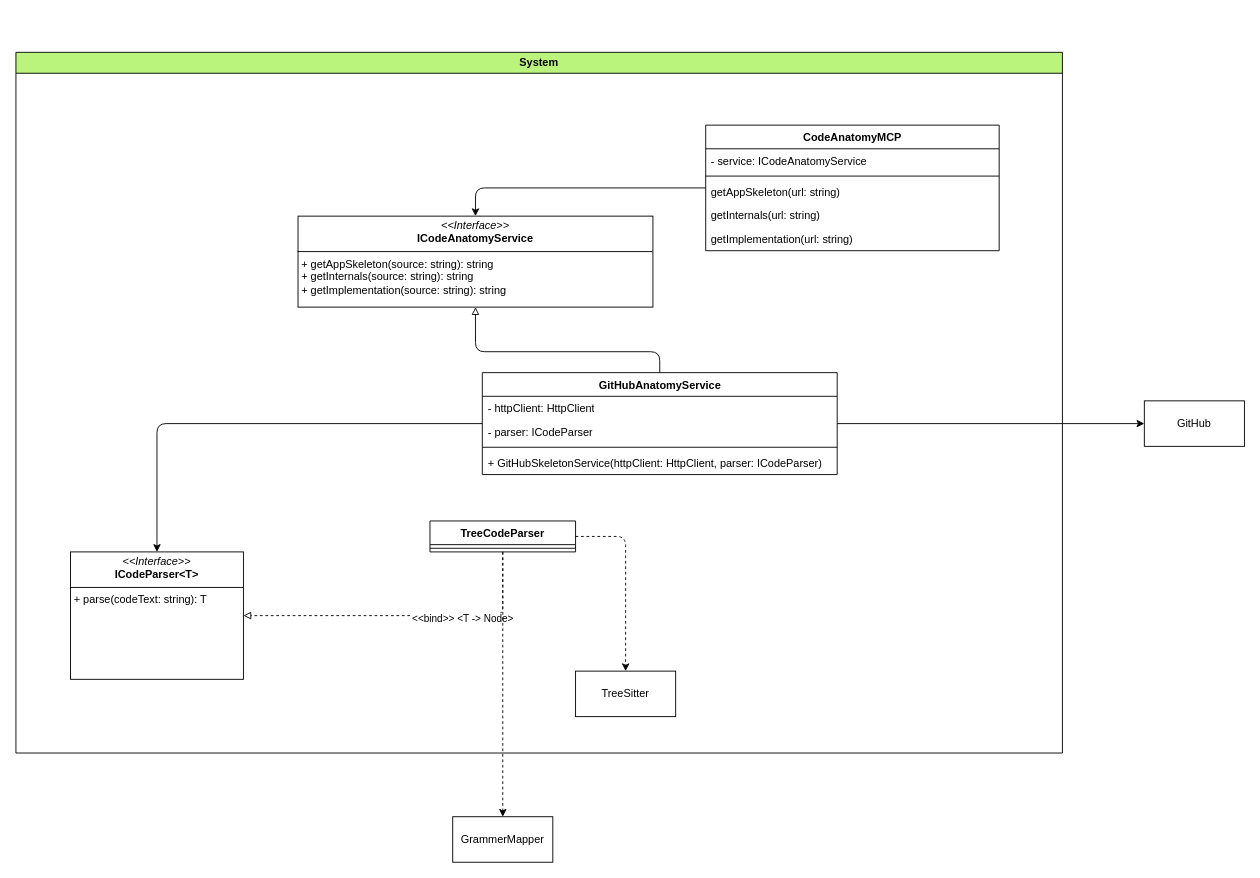
Earlier version of the draw.io diagram Docs/Internal/CodeAnatomy/design.drawio (Wright-u/core-backend). Source tidied: cells renumbered, new cells numbered last; positions are measured from the earlier drawing's top-left corner, leaving out a move shared by most shapes. Both pictures are drawn from the tidied source at 91%, with x=0, y=0 at pixel (15, 52).
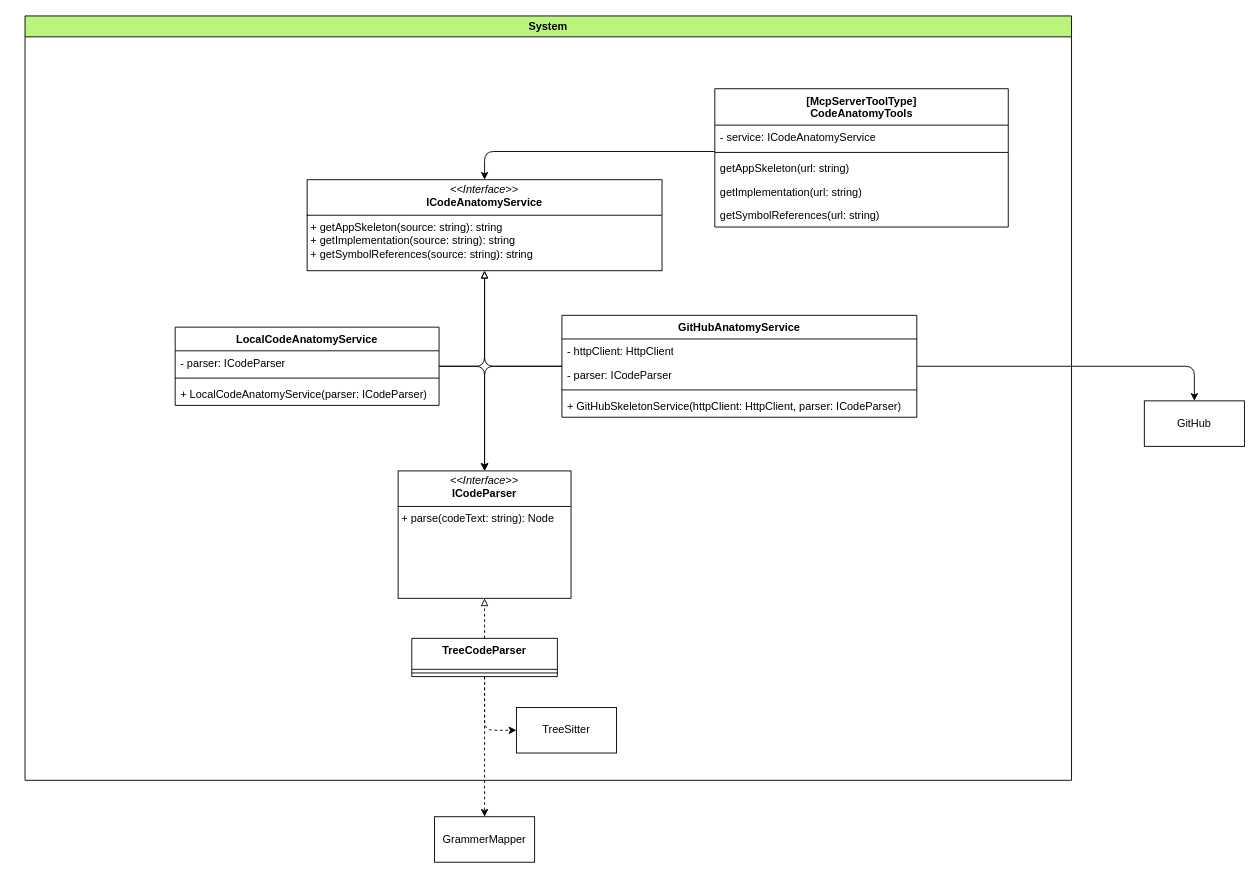
After the change.

Unchanged cells that the change refers to:
```xml
<mxCell id="25" value="GitHub" style="html=1;whiteSpace=wrap;" parent="1" vertex="1">
  <mxGeometry x="1240" y="383" width="110" height="50" as="geometry" />
</mxCell>
```

What changed in the source:
```diff
@@
     <mxCell id="2" value="System" style="swimlane;whiteSpace=wrap;html=1;fillColor=light-dark(#BBF47C,#BBF47C);fontColor=light-dark(#000000,#000000);" parent="1" vertex="1">
-      <mxGeometry width="1150" height="770" as="geometry" />
+      <mxGeometry x="10" y="-40" width="1150" height="840" as="geometry" />
     </mxCell>
-    <mxCell id="3" value="&lt;p style=&quot;margin:0px;margin-top:4px;text-align:center;&quot;&gt;&lt;i&gt;&amp;lt;&amp;lt;Interface&amp;gt;&amp;gt;&lt;/i&gt;&lt;br&gt;&lt;b&gt;ICodeAnatomyService&lt;/b&gt;&lt;/p&gt;&lt;hr size=&quot;1&quot; style=&quot;border-style:solid;&quot;&gt;&lt;p style=&quot;margin:0px;margin-left:4px;&quot;&gt;+ getAppSkeleton(source: string): string&lt;/p&gt;&lt;p style=&quot;margin:0px;margin-left:4px;&quot;&gt;+ getInternals(source: string): string&lt;/p&gt;&lt;p style=&quot;margin:0px;margin-left:4px;&quot;&gt;+ getImplementation(source: string): string&lt;/p&gt;" style="verticalAlign=top;align=left;overflow=fill;html=1;whiteSpace=wrap;" parent="2" vertex="1">
+    <mxCell id="3" value="&lt;p style=&quot;margin:0px;margin-top:4px;text-align:center;&quot;&gt;&lt;i&gt;&amp;lt;&amp;lt;Interface&amp;gt;&amp;gt;&lt;/i&gt;&lt;br&gt;&lt;b&gt;ICodeAnatomyService&lt;/b&gt;&lt;/p&gt;&lt;hr size=&quot;1&quot; style=&quot;border-style:solid;&quot;&gt;&lt;p style=&quot;margin:0px;margin-left:4px;&quot;&gt;+ getAppSkeleton(source: string): string&lt;/p&gt;&lt;p style=&quot;margin:0px;margin-left:4px;&quot;&gt;+ getImplementation(source: string): string&lt;/p&gt;&lt;p style=&quot;margin:0px;margin-left:4px;&quot;&gt;+ getSymbolReferences(source: string): string&lt;/p&gt;" style="verticalAlign=top;align=left;overflow=fill;html=1;whiteSpace=wrap;" parent="2" vertex="1">
       <mxGeometry x="310" y="180" width="390" height="100" as="geometry" />
     </mxCell>
     <mxCell id="4" style="edgeStyle=orthogonalEdgeStyle;html=1;libavoidRouting=1;" parent="2" edge="1" source="5" target="10">
       <mxGeometry relative="1" as="geometry">
         <Array as="points">
-          <mxPoint x="155" y="408" />
+          <mxPoint x="505" y="385" />
         </Array>
       </mxGeometry>
     </mxCell>
     <mxCell id="5" value="GitHubAnatomyService" style="swimlane;fontStyle=1;align=center;verticalAlign=top;horizontal=1;startSize=26;whiteSpace=wrap;html=1;" parent="2" vertex="1">
-      <mxGeometry x="512.5" y="352" width="390" height="112" as="geometry" />
+      <mxGeometry x="590" y="329" width="390" height="112" as="geometry" />
     </mxCell>
@@
-    <mxCell id="10" value="&lt;p style=&quot;margin:0px;margin-top:4px;text-align:center;&quot;&gt;&lt;i&gt;&amp;lt;&amp;lt;Interface&amp;gt;&amp;gt;&lt;/i&gt;&lt;br&gt;&lt;b&gt;ICodeParser&amp;lt;T&amp;gt;&lt;/b&gt;&lt;/p&gt;&lt;hr size=&quot;1&quot; style=&quot;border-style:solid;&quot;&gt;&lt;p style=&quot;margin:0px;margin-left:4px;&quot;&gt;+ parse(codeText: string): T&lt;/p&gt;" style="verticalAlign=top;align=left;overflow=fill;html=1;whiteSpace=wrap;" parent="2" vertex="1">
-      <mxGeometry x="60" y="549" width="190" height="140" as="geometry" />
+    <mxCell id="10" value="&lt;p style=&quot;margin:0px;margin-top:4px;text-align:center;&quot;&gt;&lt;i&gt;&amp;lt;&amp;lt;Interface&amp;gt;&amp;gt;&lt;/i&gt;&lt;br&gt;&lt;b&gt;ICodeParser&lt;/b&gt;&lt;/p&gt;&lt;hr size=&quot;1&quot; style=&quot;border-style:solid;&quot;&gt;&lt;p style=&quot;margin:0px;margin-left:4px;&quot;&gt;+ parse(codeText: string): Node&lt;/p&gt;" style="verticalAlign=top;align=left;overflow=fill;html=1;whiteSpace=wrap;" parent="2" vertex="1">
+      <mxGeometry x="410" y="500" width="190" height="140" as="geometry" />
     </mxCell>
-    <mxCell id="11" value="TreeCodeParser" style="swimlane;fontStyle=1;align=center;verticalAlign=top;horizontal=1;startSize=26;whiteSpace=wrap;html=1;" parent="2" vertex="1">
-      <mxGeometry x="455" y="515" width="160" height="34" as="geometry" />
+    <mxCell id="11" value="TreeCodeParser" style="swimlane;fontStyle=1;align=center;verticalAlign=top;horizontal=1;startSize=34;whiteSpace=wrap;html=1;" parent="2" vertex="1">
+      <mxGeometry x="425" y="684" width="160" height="42" as="geometry" />
     </mxCell>
     <mxCell id="12" style="line;strokeWidth=1;fillColor=none;align=left;verticalAlign=middle;spacingTop=-1;spacingLeft=3;spacingRight=3;labelPosition=right;strokeColor=inherit;" parent="11" vertex="1">
-      <mxGeometry y="26" width="160" height="8" as="geometry" />
+      <mxGeometry y="34" width="160" height="8" as="geometry" />
     </mxCell>
     <mxCell id="13" value="TreeSitter" style="html=1;whiteSpace=wrap;" parent="2" vertex="1">
-      <mxGeometry x="615" y="680" width="110" height="50" as="geometry" />
+      <mxGeometry x="540" y="760" width="110" height="50" as="geometry" />
     </mxCell>
     <mxCell id="14" style="edgeStyle=orthogonalEdgeStyle;html=1;endArrow=block;endFill=0;libavoidRouting=1;" parent="2" edge="1" source="5" target="3">
       <mxGeometry relative="1" as="geometry">
         <Array as="points">
-          <mxPoint x="708" y="329" />
-          <mxPoint x="505" y="329" />
+          <mxPoint x="505" y="385" />
         </Array>
       </mxGeometry>
     </mxCell>
     <mxCell id="15" style="edgeStyle=orthogonalEdgeStyle;html=1;libavoidRouting=1;endArrow=block;endFill=0;dashed=1;" parent="2" edge="1" source="11" target="10">
-      <mxGeometry relative="1" as="geometry">
-        <Array as="points">
-          <mxPoint x="535" y="619" />
-        </Array>
-      </mxGeometry>
+      <mxGeometry relative="1" as="geometry" />
     </mxCell>
-    <mxCell id="16" value="&amp;lt;&amp;lt;bind&amp;gt;&amp;gt; &amp;lt;T -&amp;gt; Node&amp;gt;" style="edgeLabel;html=1;align=center;verticalAlign=middle;" parent="15" vertex="1">
-      <mxGeometry x="-0.35" y="3" relative="1" as="geometry" />
-    </mxCell>
     <mxCell id="17" style="edgeStyle=orthogonalEdgeStyle;html=1;dashed=1;libavoidRouting=1;" parent="2" edge="1" source="11" target="13">
       <mxGeometry relative="1" as="geometry">
         <Array as="points">
-          <mxPoint x="670" y="532" />
+          <mxPoint x="505" y="785" />
         </Array>
       </mxGeometry>
     </mxCell>
@@
-    <mxCell id="19" value="CodeAnatomyMCP" style="swimlane;fontStyle=1;align=center;verticalAlign=top;horizontal=1;startSize=26;whiteSpace=wrap;html=1;" parent="2" vertex="1">
-      <mxGeometry x="758" y="80" width="322.5" height="138" as="geometry" />
+    <mxCell id="19" value="&lt;div&gt;[McpServerToolType]&lt;/div&gt;CodeAnatomyTools" style="swimlane;fontStyle=1;align=center;verticalAlign=top;horizontal=1;startSize=40;whiteSpace=wrap;html=1;" parent="2" vertex="1">
+      <mxGeometry x="758" y="80" width="322.5" height="152" as="geometry" />
     </mxCell>
     <mxCell id="20" value="- service: ICodeAnatomyService" style="text;strokeColor=none;fillColor=none;align=left;verticalAlign=top;spacingLeft=4;spacingRight=4;overflow=hidden;whiteSpace=wrap;html=1;" parent="19" vertex="1">
-      <mxGeometry y="26" width="322.5" height="26" as="geometry" />
+      <mxGeometry y="40" width="322.5" height="26" as="geometry" />
     </mxCell>
     <mxCell id="21" style="line;strokeWidth=1;fillColor=none;align=left;verticalAlign=middle;spacingTop=-1;spacingLeft=3;spacingRight=3;labelPosition=right;strokeColor=inherit;" parent="19" vertex="1">
-      <mxGeometry y="52" width="322.5" height="8" as="geometry" />
+      <mxGeometry y="66" width="322.5" height="8" as="geometry" />
     </mxCell>
     <mxCell id="22" value="getAppSkeleton(url: string)" style="text;strokeColor=none;fillColor=none;align=left;verticalAlign=top;spacingLeft=4;spacingRight=4;overflow=hidden;whiteSpace=wrap;html=1;" parent="19" vertex="1">
-      <mxGeometry y="60" width="322.5" height="26" as="geometry" />
+      <mxGeometry y="74" width="322.5" height="26" as="geometry" />
     </mxCell>
-    <mxCell id="23" value="getInternals(url: string)" style="text;strokeColor=none;fillColor=none;align=left;verticalAlign=top;spacingLeft=4;spacingRight=4;overflow=hidden;whiteSpace=wrap;html=1;" parent="19" vertex="1">
-      <mxGeometry y="86" width="322.5" height="26" as="geometry" />
+    <mxCell id="23" value="getImplementation(url: string)" style="text;strokeColor=none;fillColor=none;align=left;verticalAlign=top;spacingLeft=4;spacingRight=4;overflow=hidden;whiteSpace=wrap;html=1;" parent="19" vertex="1">
+      <mxGeometry y="100" width="322.5" height="26" as="geometry" />
     </mxCell>
-    <mxCell id="24" value="getImplementation(url: string)" style="text;strokeColor=none;fillColor=none;align=left;verticalAlign=top;spacingLeft=4;spacingRight=4;overflow=hidden;whiteSpace=wrap;html=1;" parent="19" vertex="1">
-      <mxGeometry y="112" width="322.5" height="26" as="geometry" />
+    <mxCell id="24" value="getSymbolReferences(url: string)" style="text;strokeColor=none;fillColor=none;align=left;verticalAlign=top;spacingLeft=4;spacingRight=4;overflow=hidden;whiteSpace=wrap;html=1;" parent="19" vertex="1">
+      <mxGeometry y="126" width="322.5" height="26" as="geometry" />
     </mxCell>
+    <mxCell id="29" style="edgeStyle=orthogonalEdgeStyle;html=1;libavoidRouting=1;endArrow=block;endFill=0;" parent="2" edge="1" source="31" target="3">
+      <mxGeometry relative="1" as="geometry">
+        <Array as="points">
+          <mxPoint x="505" y="385" />
+        </Array>
+      </mxGeometry>
+    </mxCell>
+    <mxCell id="30" style="edgeStyle=orthogonalEdgeStyle;html=1;libavoidRouting=1;" parent="2" edge="1" source="31" target="10">
+      <mxGeometry relative="1" as="geometry">
+        <Array as="points">
+          <mxPoint x="505" y="385" />
+        </Array>
+      </mxGeometry>
+    </mxCell>
+    <mxCell id="31" value="LocalCodeAnatomyService" style="swimlane;fontStyle=1;align=center;verticalAlign=top;horizontal=1;startSize=26;whiteSpace=wrap;html=1;" parent="2" vertex="1">
+      <mxGeometry x="165" y="342" width="290" height="86" as="geometry" />
+    </mxCell>
+    <mxCell id="32" value="- parser: ICodeParser" style="text;strokeColor=none;fillColor=none;align=left;verticalAlign=top;spacingLeft=4;spacingRight=4;overflow=hidden;whiteSpace=wrap;html=1;" parent="31" vertex="1">
+      <mxGeometry y="26" width="290" height="26" as="geometry" />
+    </mxCell>
+    <mxCell id="33" style="line;strokeWidth=1;fillColor=none;align=left;verticalAlign=middle;spacingTop=-1;spacingLeft=3;spacingRight=3;labelPosition=right;strokeColor=inherit;" parent="31" vertex="1">
+      <mxGeometry y="52" width="290" height="8" as="geometry" />
+    </mxCell>
+    <mxCell id="34" value="+ LocalCodeAnatomyService(parser: ICodeParser)" style="text;strokeColor=none;fillColor=none;align=left;verticalAlign=top;spacingLeft=4;spacingRight=4;overflow=hidden;whiteSpace=wrap;html=1;" parent="31" vertex="1">
+      <mxGeometry y="60" width="290" height="26" as="geometry" />
+    </mxCell>
@@
     <mxCell id="26" style="edgeStyle=orthogonalEdgeStyle;html=1;libavoidRouting=1;" parent="1" edge="1" source="5" target="25">
-      <mxGeometry relative="1" as="geometry" />
+      <mxGeometry relative="1" as="geometry">
+        <Array as="points">
+          <mxPoint x="1295" y="345" />
+        </Array>
+      </mxGeometry>
     </mxCell>
     <mxCell id="27" value="GrammerMapper" style="html=1;whiteSpace=wrap;" parent="1" vertex="1">
-      <mxGeometry x="480" y="840" width="110" height="50" as="geometry" />
+      <mxGeometry x="460" y="840" width="110" height="50" as="geometry" />
     </mxCell>
```
